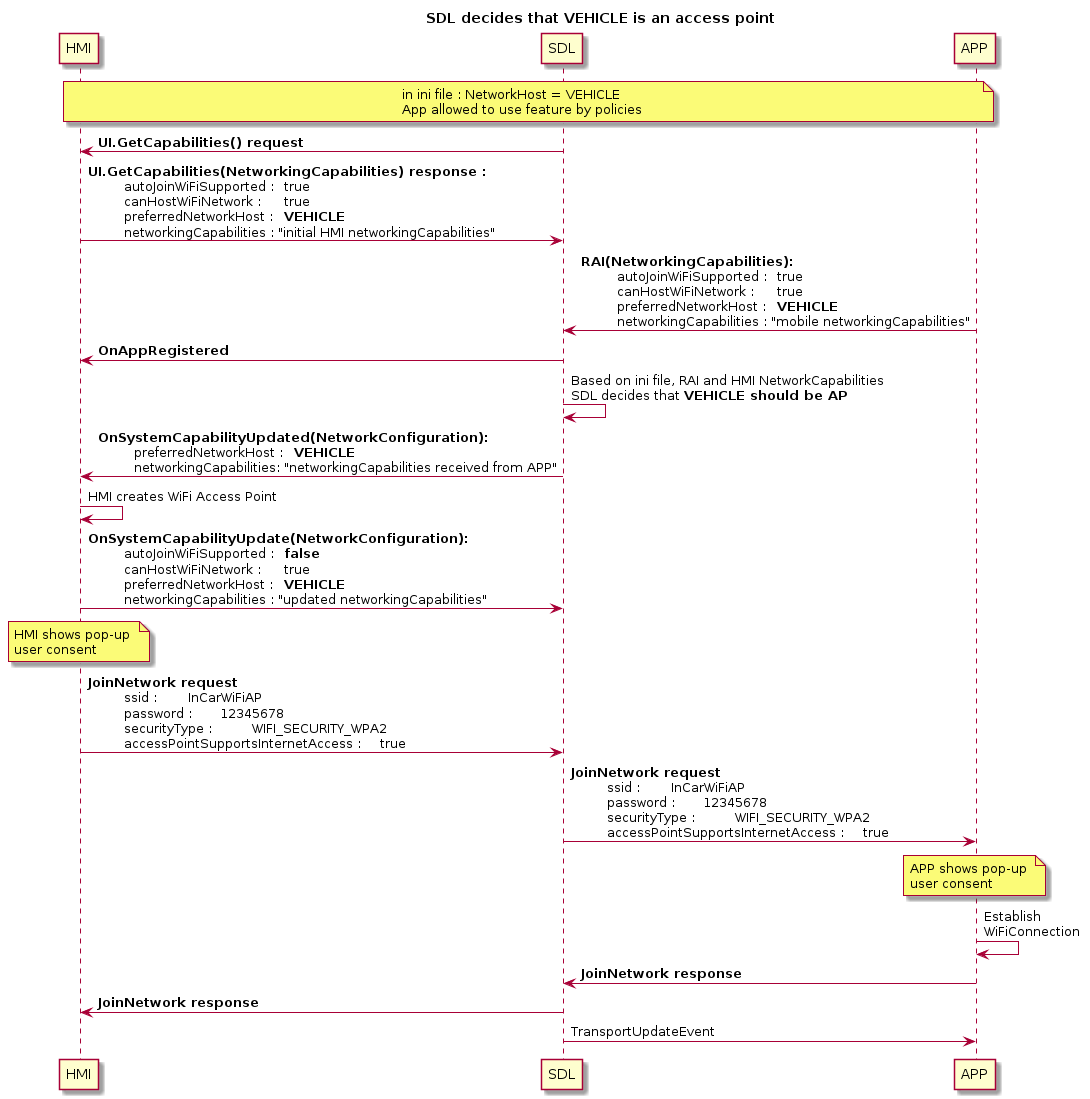
smartdevicelink/sdl_evolution keeps this PlantUML diagram as assets/proposals/0245-sharing-wifi-ssid-and-password/vehicle_access_point.png. Above is the earlier version.
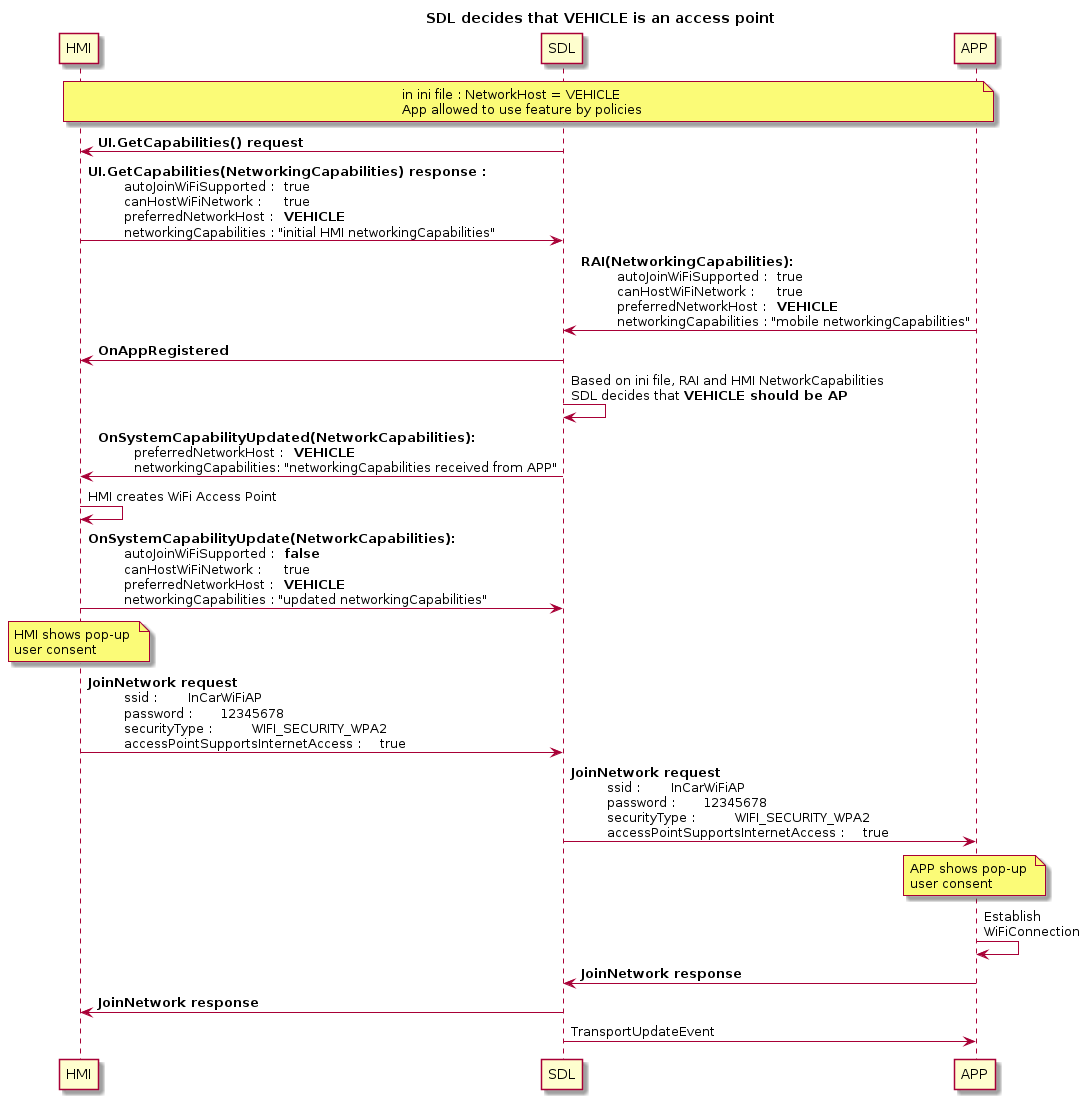
The same diagram one commit later.

The edit, as a diff of the source:
```diff
@@ -1,4 +1,4 @@
-@startuml ../assets/proposals/0245-sharing-wifi-ssid-and-password/vehicle_access_point
+@startuml
 !pragma teoz true
 
 
@@ -19,10 +19,10 @@
 
 SDL -> SDL : Based on ini file, RAI and HMI NetworkCapabilities\nSDL decides that **VEHICLE should be AP**
 
-SDL -> HMI:  <b>OnSystemCapabilityUpdated(NetworkConfiguration): \n\t preferredNetworkHost : \t **VEHICLE** \n\t networkingCapabilities: "networkingCapabilities received from APP"
+SDL -> HMI:  <b>OnSystemCapabilityUpdated(NetworkCapabilities): \n\t preferredNetworkHost : \t **VEHICLE** \n\t networkingCapabilities: "networkingCapabilities received from APP"
 HMI -> HMI : HMI creates WiFi Access Point
 
-HMI -> SDL:  <b>OnSystemCapabilityUpdate(NetworkConfiguration): \n\t autoJoinWiFiSupported : \t **false** \n\t canHostWiFiNetwork : \t true \n\t preferredNetworkHost : \t **VEHICLE** \n\t networkingCapabilities : "updated networkingCapabilities"
+HMI -> SDL:  <b>OnSystemCapabilityUpdate(NetworkCapabilities): \n\t autoJoinWiFiSupported : \t **false** \n\t canHostWiFiNetwork : \t true \n\t preferredNetworkHost : \t **VEHICLE** \n\t networkingCapabilities : "updated networkingCapabilities"
 
 note over HMI: HMI shows pop-up \nuser consent
 
```
